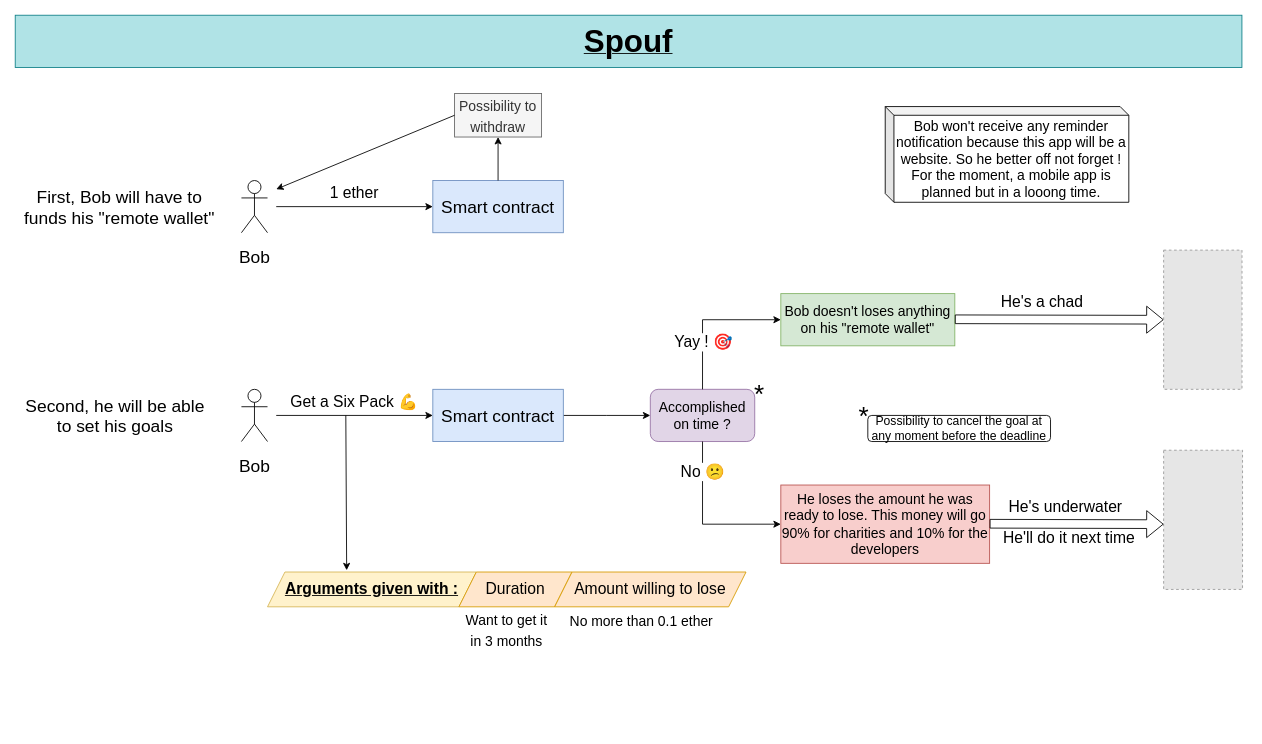
Above: how-it-works.drawio in Xeway/Spouf (draw.io), before the change. Source tidied: cells renumbered, new cells numbered last; positions are measured from the earlier drawing's top-left corner, leaving out a move shared by most shapes. Both pictures are drawn from the tidied source at 87%, with x=0, y=0 at pixel (15, 15). Pictures stored in the file or linked from it are replaced by grey dashed boxes.
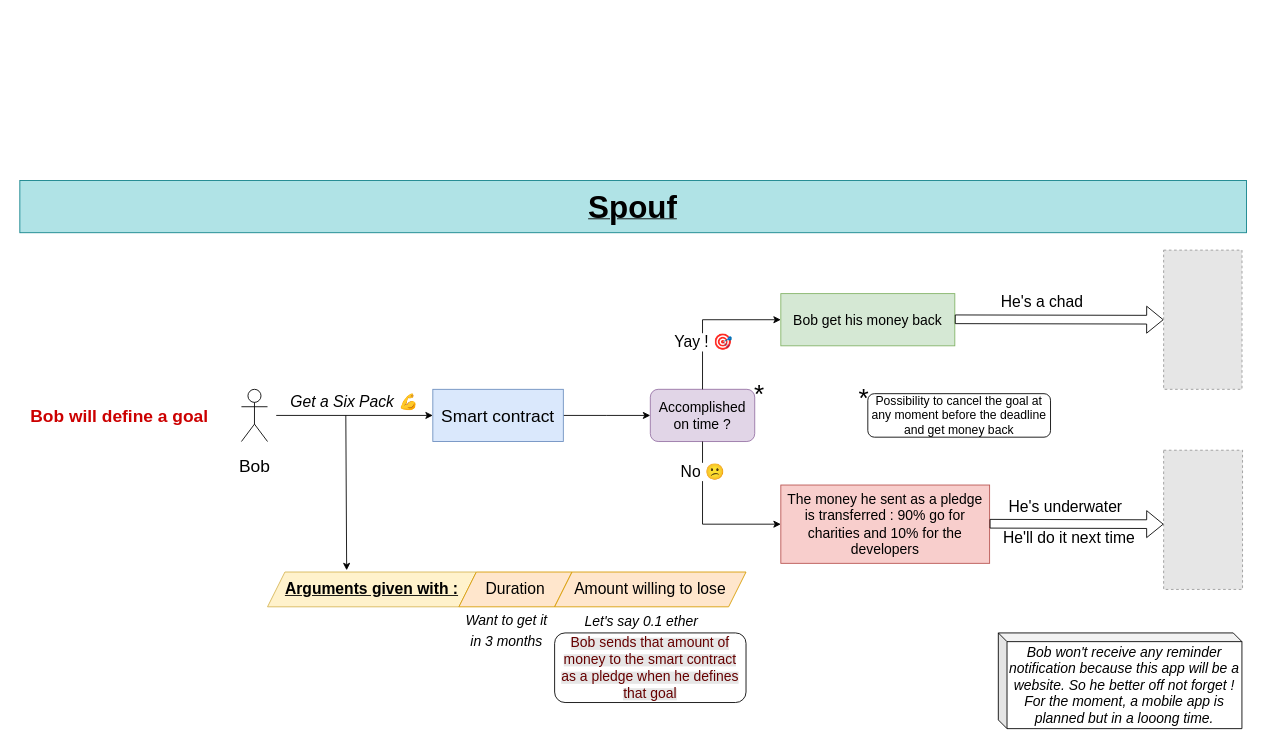
Above is the later version.

Commit message (it also covers changes not shown here):
Modified the diagram given that we haven't remote wallet functionnalty anymore

The edit, as a diff of the source:
```diff
@@
     <mxCell id="2" value="&lt;u&gt;&lt;b&gt;&lt;font style=&quot;font-size: 36px&quot;&gt;Spouf&lt;/font&gt;&lt;/b&gt;&lt;/u&gt;" style="rounded=0;whiteSpace=wrap;html=1;fillColor=#b0e3e6;strokeColor=#0e8088;" parent="1" vertex="1">
-      <mxGeometry width="1410" height="60" as="geometry" />
+      <mxGeometry x="5.3" y="190" width="1410" height="60" as="geometry" />
     </mxCell>
-    <mxCell id="3" value="&lt;font style=&quot;font-size: 20px&quot;&gt;Bob&lt;/font&gt;" style="shape=umlActor;verticalLabelPosition=bottom;verticalAlign=top;html=1;fontSize=30;" parent="1" vertex="1">
-      <mxGeometry x="260" y="190" width="30" height="60" as="geometry" />
-    </mxCell>
-    <mxCell id="4" value="&lt;font style=&quot;font-size: 18px&quot;&gt;1 ether&lt;/font&gt;" style="text;html=1;strokeColor=none;fillColor=none;align=center;verticalAlign=middle;whiteSpace=wrap;rounded=0;fontSize=30;" parent="1" vertex="1">
-      <mxGeometry x="360" y="190" width="60" height="20" as="geometry" />
-    </mxCell>
-    <mxCell id="5" value="Smart contract" style="rounded=0;whiteSpace=wrap;html=1;fontSize=20;fillColor=#dae8fc;strokeColor=#6c8ebf;" parent="1" vertex="1">
-      <mxGeometry x="480" y="190" width="150" height="60" as="geometry" />
-    </mxCell>
-    <mxCell id="6" style="endArrow=classic;html=1;rounded=0;fontSize=20;entryX=0;entryY=0.5;entryDx=0;entryDy=0;" parent="1" edge="1" target="5">
-      <mxGeometry relative="1" as="geometry">
-        <mxPoint x="300" y="220" as="sourcePoint" />
-      </mxGeometry>
-    </mxCell>
-    <mxCell id="7" value="First, Bob will have to funds his &quot;remote wallet&quot;" style="text;html=1;strokeColor=none;fillColor=none;align=center;verticalAlign=middle;whiteSpace=wrap;rounded=0;fontSize=20;" parent="1" vertex="1">
-      <mxGeometry y="205" width="240" height="30" as="geometry" />
-    </mxCell>
-    <mxCell id="8" value="Second, he will be able to set his goals" style="text;html=1;strokeColor=none;fillColor=none;align=center;verticalAlign=middle;whiteSpace=wrap;rounded=0;fontSize=20;" parent="1" vertex="1">
-      <mxGeometry x="10" y="445" width="210" height="30" as="geometry" />
+    <mxCell id="8" value="&lt;font color=&quot;#CC0000&quot;&gt;&lt;b&gt;Bob will define a goal&lt;/b&gt;&lt;/font&gt;" style="text;html=1;strokeColor=none;fillColor=none;align=center;verticalAlign=middle;whiteSpace=wrap;rounded=0;fontSize=20;" parent="1" vertex="1">
+      <mxGeometry x="10" y="445" width="220" height="30" as="geometry" />
     </mxCell>
@@
-    <mxCell id="10" value="&lt;font style=&quot;font-size: 18px&quot;&gt;Get a Six Pack 💪&lt;br&gt;&lt;/font&gt;" style="text;html=1;strokeColor=none;fillColor=none;align=center;verticalAlign=middle;whiteSpace=wrap;rounded=0;fontSize=30;" parent="1" vertex="1">
+    <mxCell id="10" value="&lt;i&gt;&lt;font style=&quot;font-size: 18px&quot;&gt;Get a Six Pack 💪&lt;br&gt;&lt;/font&gt;&lt;/i&gt;" style="text;html=1;strokeColor=none;fillColor=none;align=center;verticalAlign=middle;whiteSpace=wrap;rounded=0;fontSize=30;" parent="1" vertex="1">
       <mxGeometry x="310" y="430" width="160" height="20" as="geometry" />
     </mxCell>
@@
-    <mxCell id="16" value="&lt;font style=&quot;font-size: 16px&quot;&gt;Want to get it in 3 months &lt;/font&gt;" style="text;html=1;strokeColor=none;fillColor=none;align=center;verticalAlign=middle;whiteSpace=wrap;rounded=0;fontSize=20;" parent="1" vertex="1">
+    <mxCell id="16" value="&lt;i&gt;&lt;font style=&quot;font-size: 16px&quot;&gt;Want to get it in 3 months &lt;/font&gt;&lt;/i&gt;" style="text;html=1;strokeColor=none;fillColor=none;align=center;verticalAlign=middle;whiteSpace=wrap;rounded=0;fontSize=20;" parent="1" vertex="1">
       <mxGeometry x="510" y="690" width="110" height="30" as="geometry" />
     </mxCell>
@@
-    <mxCell id="18" value="&lt;font style=&quot;font-size: 16px&quot;&gt;Possibility to withdraw&lt;/font&gt;" style="rounded=0;whiteSpace=wrap;html=1;fontSize=20;fillColor=#f5f5f5;fontColor=#333333;strokeColor=#666666;" parent="1" vertex="1">
-      <mxGeometry x="505" y="90" width="100" height="50" as="geometry" />
-    </mxCell>
-    <mxCell id="19" style="endArrow=classic;html=1;rounded=0;fontSize=16;entryX=0.5;entryY=1;entryDx=0;entryDy=0;exitX=0.5;exitY=0;exitDx=0;exitDy=0;" parent="1" edge="1" source="5" target="18">
-      <mxGeometry relative="1" as="geometry" />
-    </mxCell>
-    <mxCell id="20" style="endArrow=classic;html=1;rounded=0;fontSize=16;exitX=0;exitY=0.5;exitDx=0;exitDy=0;" parent="1" edge="1" source="18">
-      <mxGeometry relative="1" as="geometry">
-        <mxPoint x="300" y="200" as="targetPoint" />
-      </mxGeometry>
-    </mxCell>
@@
-    <mxCell id="22" value="Bob doesn't loses anything on his &quot;remote wallet&quot;" style="rounded=0;whiteSpace=wrap;html=1;fontSize=16;fillColor=#d5e8d4;strokeColor=#82b366;" parent="1" vertex="1">
+    <mxCell id="22" value="Bob get his money back" style="rounded=0;whiteSpace=wrap;html=1;fontSize=16;fillColor=#d5e8d4;strokeColor=#82b366;" parent="1" vertex="1">
       <mxGeometry x="880" y="320" width="200" height="60" as="geometry" />
     </mxCell>
-    <mxCell id="23" value="He loses the amount he was ready to lose. This money will go 90% for charities and 10% for the developers" style="rounded=0;whiteSpace=wrap;html=1;fontSize=16;fillColor=#f8cecc;strokeColor=#b85450;" parent="1" vertex="1">
+    <mxCell id="23" value="The money he sent as a pledge is transferred : 90% go for charities and 10% for the developers" style="rounded=0;whiteSpace=wrap;html=1;fontSize=16;fillColor=#f8cecc;strokeColor=#b85450;" parent="1" vertex="1">
       <mxGeometry x="880" y="540" width="240" height="90" as="geometry" />
     </mxCell>
-    <mxCell id="24" value="&lt;font style=&quot;font-size: 16px&quot;&gt;No more than 0.1 ether&lt;/font&gt;" style="text;html=1;strokeColor=none;fillColor=none;align=center;verticalAlign=middle;whiteSpace=wrap;rounded=0;fontSize=20;" parent="1" vertex="1">
+    <mxCell id="24" value="&lt;i&gt;&lt;font style=&quot;font-size: 16px&quot;&gt;Let's say 0.1 ether&lt;/font&gt;&lt;/i&gt;" style="text;html=1;strokeColor=none;fillColor=none;align=center;verticalAlign=middle;whiteSpace=wrap;rounded=0;fontSize=20;" parent="1" vertex="1">
       <mxGeometry x="630" y="680" width="180" height="30" as="geometry" />
     </mxCell>
@@
     <mxCell id="38" value="&lt;font style=&quot;font-size: 30px&quot;&gt;*&lt;/font&gt;" style="text;html=1;align=center;verticalAlign=middle;strokeColor=none;fillColor=none;fontSize=18;" parent="1" vertex="1">
-      <mxGeometry x="960" y="445" width="30" height="30" as="geometry" />
+      <mxGeometry x="960" y="425" width="30" height="30" as="geometry" />
     </mxCell>
-    <mxCell id="39" value="&lt;font style=&quot;font-size: 14px&quot;&gt;Possibility to cancel the goal at any moment before the deadline&lt;/font&gt;" style="rounded=1;whiteSpace=wrap;html=1;fontSize=14;" parent="1" vertex="1">
-      <mxGeometry x="980" y="460" width="210" height="30" as="geometry" />
+    <mxCell id="39" value="&lt;font style=&quot;font-size: 14px&quot;&gt;Possibility to cancel the goal at any moment before the deadline and get money back&lt;br&gt;&lt;/font&gt;" style="rounded=1;whiteSpace=wrap;html=1;fontSize=14;" parent="1" vertex="1">
+      <mxGeometry x="980" y="435" width="210" height="50" as="geometry" />
     </mxCell>
-    <mxCell id="40" value="&lt;div style=&quot;font-size: 16px&quot;&gt;&lt;font style=&quot;font-size: 16px&quot;&gt;Bob won't receive any reminder notification because this app will be a website. So he better off not forget ! &lt;br&gt;&lt;/font&gt;&lt;/div&gt;&lt;div style=&quot;font-size: 16px&quot;&gt;&lt;font style=&quot;font-size: 16px&quot;&gt;For the moment, a mobile app is planned but in a looong time.&lt;br&gt;&lt;/font&gt; &lt;/div&gt;" style="shape=cube;whiteSpace=wrap;html=1;boundedLbl=1;backgroundOutline=1;darkOpacity=0.05;darkOpacity2=0.1;fontSize=14;size=10;" parent="1" vertex="1">
-      <mxGeometry x="1000" y="105" width="280" height="110" as="geometry" />
+    <mxCell id="40" value="&lt;div style=&quot;font-size: 16px&quot;&gt;&lt;i&gt;&lt;font style=&quot;font-size: 16px&quot;&gt;Bob won't receive any reminder notification because this app will be a website. So he better off not forget ! &lt;br&gt;&lt;/font&gt;&lt;/i&gt;&lt;/div&gt;&lt;div style=&quot;font-size: 16px&quot;&gt;&lt;i&gt;&lt;font style=&quot;font-size: 16px&quot;&gt;For the moment, a mobile app is planned but in a looong time.&lt;br&gt;&lt;/font&gt;&lt;/i&gt; &lt;/div&gt;" style="shape=cube;whiteSpace=wrap;html=1;boundedLbl=1;backgroundOutline=1;darkOpacity=0.05;darkOpacity2=0.1;fontSize=14;size=10;" parent="1" vertex="1">
+      <mxGeometry x="1130" y="710" width="280" height="110" as="geometry" />
     </mxCell>
+    <mxCell id="41" value="&lt;font color=&quot;#660000&quot;&gt;&lt;span style=&quot;background-color: rgb(230 , 230 , 230)&quot;&gt;&lt;font style=&quot;font-size: 16px&quot;&gt;Bob sends that amount of money to the smart contract as a pledge when he defines that goal&lt;/font&gt;&lt;/span&gt;&lt;/font&gt;" style="rounded=1;whiteSpace=wrap;html=1;fontColor=#CC0000;" parent="1" vertex="1">
+      <mxGeometry x="620" y="710" width="220" height="80" as="geometry" />
+    </mxCell>
```
